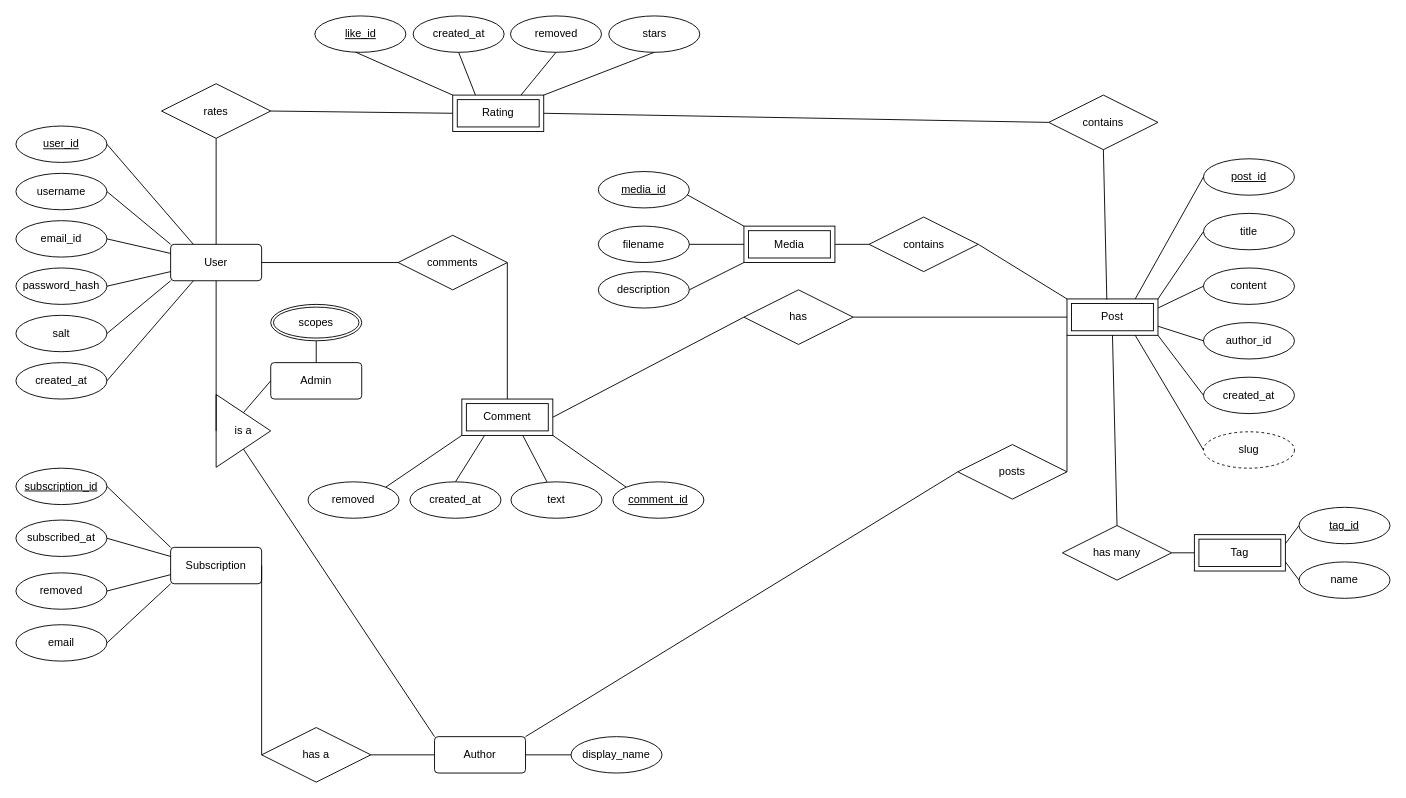
Before: diagrams/Untitled Diagram.drawio in blood-rogue/er-diagram, a draw.io diagram. Source tidied: cells renumbered, new cells numbered last; positions are measured from the earlier drawing's top-left corner, leaving out a move shared by most shapes. Both pictures are drawn from the tidied source at 91%, with x=0, y=0 at pixel (15, 15).
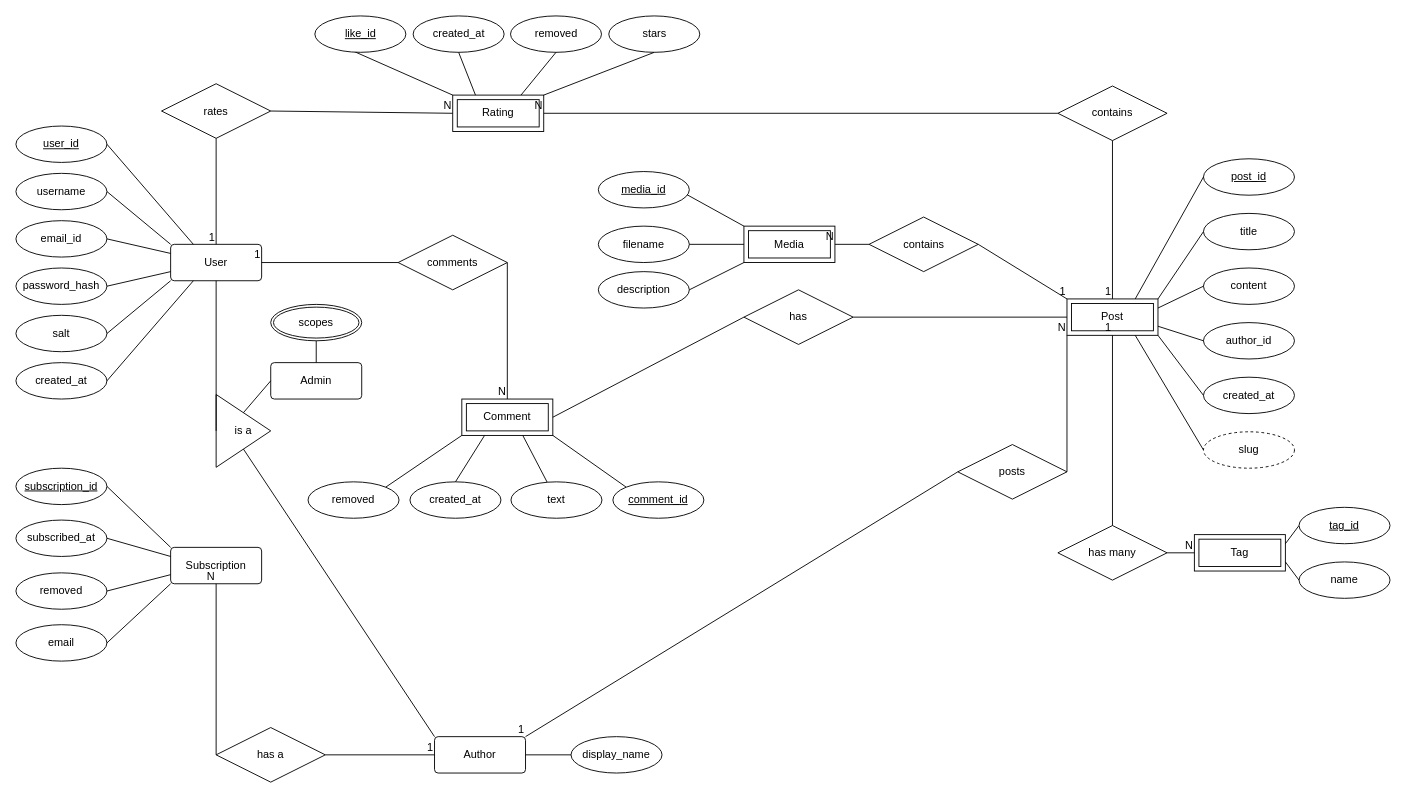
Above is the later version.

Unchanged cells that the change refers to:
```xml
<mxCell id="8" value="User" style="rounded=1;arcSize=10;whiteSpace=wrap;html=1;align=center;" parent="1" vertex="1">
  <mxGeometry x="170" y="251" width="100" height="40" as="geometry" />
</mxCell>
<mxCell id="9" value="Rating" style="shape=ext;margin=3;double=1;whiteSpace=wrap;html=1;align=center;" parent="1" vertex="1">
  <mxGeometry x="480" y="87" width="100" height="40" as="geometry" />
</mxCell>
<mxCell id="10" value="Comment" style="shape=ext;margin=3;double=1;whiteSpace=wrap;html=1;align=center;" parent="1" vertex="1">
  <mxGeometry x="490" y="421" width="100" height="40" as="geometry" />
</mxCell>
<mxCell id="12" value="Media" style="shape=ext;margin=3;double=1;whiteSpace=wrap;html=1;align=center;" parent="1" vertex="1">
  <mxGeometry x="800" y="231" width="100" height="40" as="geometry" />
</mxCell>
<mxCell id="22" value="Tag" style="shape=ext;margin=3;double=1;whiteSpace=wrap;html=1;align=center;" parent="1" vertex="1">
  <mxGeometry x="1295" y="570" width="100" height="40" as="geometry" />
</mxCell>
<mxCell id="31" value="Post" style="shape=ext;margin=3;double=1;whiteSpace=wrap;html=1;align=center;" parent="1" vertex="1">
  <mxGeometry x="1155" y="311" width="100" height="40" as="geometry" />
</mxCell>
<mxCell id="43" value="Subscription" style="rounded=1;arcSize=10;whiteSpace=wrap;html=1;align=center;" parent="1" vertex="1">
  <mxGeometry x="170" y="584" width="100" height="40" as="geometry" />
</mxCell>
<mxCell id="62" value="Author" style="rounded=1;arcSize=10;whiteSpace=wrap;html=1;align=center;" parent="1" vertex="1">
  <mxGeometry x="460" y="792" width="100" height="40" as="geometry" />
</mxCell>
<mxCell id="80" value="rates" style="shape=rhombus;perimeter=rhombusPerimeter;whiteSpace=wrap;html=1;align=center;" parent="1" vertex="1">
  <mxGeometry x="160" y="74.5" width="120" height="60" as="geometry" />
</mxCell>
<mxCell id="83" value="comments" style="shape=rhombus;perimeter=rhombusPerimeter;whiteSpace=wrap;html=1;align=center;" parent="1" vertex="1">
  <mxGeometry x="420" y="241" width="120" height="60" as="geometry" />
</mxCell>
<mxCell id="86" value="contains" style="shape=rhombus;perimeter=rhombusPerimeter;whiteSpace=wrap;html=1;align=center;" parent="1" vertex="1">
  <mxGeometry x="937.5" y="221" width="120" height="60" as="geometry" />
</mxCell>
<mxCell id="96" value="posts" style="shape=rhombus;perimeter=rhombusPerimeter;whiteSpace=wrap;html=1;align=center;" parent="1" vertex="1">
  <mxGeometry x="1035" y="471" width="120" height="60" as="geometry" />
</mxCell>
```

The edit, as a diff of the source:
```diff
@@
     <mxCell id="75" value="has a" style="shape=rhombus;perimeter=rhombusPerimeter;whiteSpace=wrap;html=1;align=center;" parent="1" vertex="1">
-      <mxGeometry x="270" y="782" width="120" height="60" as="geometry" />
+      <mxGeometry x="220" y="782" width="120" height="60" as="geometry" />
     </mxCell>
-    <mxCell id="76" style="endArrow=none;html=1;rounded=0;exitX=0;exitY=0.5;exitDx=0;exitDy=0;entryX=1;entryY=0.5;entryDx=0;entryDy=0;" parent="1" edge="1" source="62" target="75">
-      <mxGeometry relative="1" as="geometry" />
-    </mxCell>
-    <mxCell id="77" style="endArrow=none;html=1;rounded=0;exitX=0;exitY=0.5;exitDx=0;exitDy=0;entryX=1;entryY=0.5;entryDx=0;entryDy=0;" parent="1" edge="1" source="75" target="43">
-      <mxGeometry relative="1" as="geometry" />
-    </mxCell>
@@
-    <mxCell id="81" style="endArrow=none;html=1;rounded=0;exitX=0.5;exitY=0;exitDx=0;exitDy=0;entryX=0.5;entryY=1;entryDx=0;entryDy=0;" parent="1" edge="1" source="8" target="80">
-      <mxGeometry relative="1" as="geometry" />
-    </mxCell>
-    <mxCell id="82" style="endArrow=none;html=1;rounded=0;entryX=1;entryY=0.5;entryDx=0;entryDy=0;exitX=0;exitY=0.5;exitDx=0;exitDy=0;" parent="1" edge="1" source="9" target="80">
-      <mxGeometry relative="1" as="geometry" />
-    </mxCell>
@@
-    <mxCell id="84" style="endArrow=none;html=1;rounded=0;exitX=1;exitY=0.5;exitDx=0;exitDy=0;entryX=0;entryY=0.5;entryDx=0;entryDy=0;" parent="1" edge="1" source="8" target="83">
-      <mxGeometry relative="1" as="geometry" />
-    </mxCell>
-    <mxCell id="85" style="endArrow=none;html=1;rounded=0;exitX=1;exitY=0.5;exitDx=0;exitDy=0;entryX=0.5;entryY=0;entryDx=0;entryDy=0;" parent="1" edge="1" source="83" target="10">
-      <mxGeometry relative="1" as="geometry" />
-    </mxCell>
@@
-    <mxCell id="87" style="endArrow=none;html=1;rounded=0;exitX=1;exitY=0.5;exitDx=0;exitDy=0;entryX=0;entryY=0.5;entryDx=0;entryDy=0;" parent="1" edge="1" source="12" target="86">
-      <mxGeometry relative="1" as="geometry" />
-    </mxCell>
-    <mxCell id="88" style="endArrow=none;html=1;rounded=0;exitX=1;exitY=0.5;exitDx=0;exitDy=0;entryX=0;entryY=0;entryDx=0;entryDy=0;" parent="1" edge="1" source="86" target="31">
-      <mxGeometry relative="1" as="geometry" />
-    </mxCell>
     <mxCell id="89" value="has many" style="shape=rhombus;perimeter=rhombusPerimeter;whiteSpace=wrap;html=1;align=center;" parent="1" vertex="1">
-      <mxGeometry x="1150" y="560" width="120" height="60" as="geometry" />
+      <mxGeometry x="1145" y="560" width="120" height="60" as="geometry" />
     </mxCell>
-    <mxCell id="90" style="endArrow=none;html=1;rounded=0;exitX=0;exitY=0.5;exitDx=0;exitDy=0;entryX=1;entryY=0.5;entryDx=0;entryDy=0;" parent="1" edge="1" source="22" target="89">
-      <mxGeometry relative="1" as="geometry" />
-    </mxCell>
-    <mxCell id="91" style="endArrow=none;html=1;rounded=0;exitX=0.5;exitY=0;exitDx=0;exitDy=0;entryX=0.5;entryY=1;entryDx=0;entryDy=0;" parent="1" edge="1" source="89" target="31">
-      <mxGeometry relative="1" as="geometry" />
-    </mxCell>
     <mxCell id="92" value="contains" style="shape=rhombus;perimeter=rhombusPerimeter;whiteSpace=wrap;html=1;align=center;" parent="1" vertex="1">
-      <mxGeometry x="1135" y="87" width="120" height="60" as="geometry" />
+      <mxGeometry x="1145" y="77" width="120" height="60" as="geometry" />
     </mxCell>
-    <mxCell id="93" style="endArrow=none;html=1;rounded=0;exitX=1;exitY=0.5;exitDx=0;exitDy=0;entryX=0;entryY=0.5;entryDx=0;entryDy=0;" parent="1" edge="1" source="9" target="92">
-      <mxGeometry relative="1" as="geometry" />
-    </mxCell>
-    <mxCell id="94" style="endArrow=none;html=1;rounded=0;exitX=0.5;exitY=1;exitDx=0;exitDy=0;entryX=0.438;entryY=0.02;entryDx=0;entryDy=0;entryPerimeter=0;" parent="1" edge="1" source="92" target="31">
-      <mxGeometry relative="1" as="geometry" />
-    </mxCell>
@@
-    <mxCell id="99" style="endArrow=none;html=1;rounded=0;exitX=0;exitY=1;exitDx=0;exitDy=0;entryX=1;entryY=0.5;entryDx=0;entryDy=0;" parent="1" edge="1" source="31" target="96">
-      <mxGeometry relative="1" as="geometry" />
-    </mxCell>
-    <mxCell id="100" style="endArrow=none;html=1;rounded=0;exitX=1;exitY=0;exitDx=0;exitDy=0;entryX=0;entryY=0.5;entryDx=0;entryDy=0;" parent="1" edge="1" source="62" target="96">
-      <mxGeometry relative="1" as="geometry" />
-    </mxCell>
+    <mxCell id="101" style="endArrow=none;html=1;rounded=0;entryX=1;entryY=0.5;entryDx=0;entryDy=0;exitX=0;exitY=0.5;exitDx=0;exitDy=0;" parent="1" edge="1" source="83" target="8">
+      <mxGeometry relative="1" as="geometry" />
+    </mxCell>
+    <mxCell id="102" value="1" style="html=1;whiteSpace=wrap;align=right;verticalAlign=bottom;" parent="101" vertex="1">
+      <mxGeometry x="1" relative="1" as="geometry" />
+    </mxCell>
+    <mxCell id="85" style="endArrow=none;html=1;rounded=0;entryX=0.5;entryY=0;entryDx=0;entryDy=0;exitX=1;exitY=0.5;exitDx=0;exitDy=0;" parent="1" edge="1" source="83" target="10">
+      <mxGeometry relative="1" as="geometry" />
+    </mxCell>
+    <mxCell id="103" value="N" style="html=1;whiteSpace=wrap;align=right;verticalAlign=bottom;" parent="85" vertex="1">
+      <mxGeometry x="1" relative="1" as="geometry" />
+    </mxCell>
+    <mxCell id="104" style="endArrow=none;html=1;rounded=0;exitX=0.5;exitY=1;exitDx=0;exitDy=0;entryX=0.5;entryY=0;entryDx=0;entryDy=0;" parent="1" edge="1" source="80" target="8">
+      <mxGeometry relative="1" as="geometry" />
+    </mxCell>
+    <mxCell id="105" value="1" style="html=1;whiteSpace=wrap;align=right;verticalAlign=bottom;" parent="104" vertex="1">
+      <mxGeometry x="1" relative="1" as="geometry" />
+    </mxCell>
+    <mxCell id="106" style="endArrow=none;html=1;rounded=0;entryX=0;entryY=0.5;entryDx=0;entryDy=0;exitX=1;exitY=0.5;exitDx=0;exitDy=0;" parent="1" edge="1" source="80" target="9">
+      <mxGeometry relative="1" as="geometry" />
+    </mxCell>
+    <mxCell id="107" value="N" style="html=1;whiteSpace=wrap;align=right;verticalAlign=bottom;" parent="106" vertex="1">
+      <mxGeometry x="1" relative="1" as="geometry" />
+    </mxCell>
+    <mxCell id="108" style="endArrow=none;html=1;rounded=0;entryX=1;entryY=0.5;entryDx=0;entryDy=0;exitX=0;exitY=0.5;exitDx=0;exitDy=0;" parent="1" edge="1" source="92" target="9">
+      <mxGeometry relative="1" as="geometry" />
+    </mxCell>
+    <mxCell id="109" value="N" style="html=1;whiteSpace=wrap;align=right;verticalAlign=bottom;" parent="108" vertex="1">
+      <mxGeometry x="1" relative="1" as="geometry" />
+    </mxCell>
+    <mxCell id="94" style="endArrow=none;html=1;rounded=0;entryX=0.5;entryY=0;entryDx=0;entryDy=0;exitX=0.5;exitY=1;exitDx=0;exitDy=0;" parent="1" edge="1" source="92" target="31">
+      <mxGeometry relative="1" as="geometry" />
+    </mxCell>
+    <mxCell id="110" value="1" style="html=1;whiteSpace=wrap;align=right;verticalAlign=bottom;" parent="94" vertex="1">
+      <mxGeometry x="1" relative="1" as="geometry" />
+    </mxCell>
+    <mxCell id="111" style="endArrow=none;html=1;rounded=0;entryX=0;entryY=0.5;entryDx=0;entryDy=0;exitX=1;exitY=0.5;exitDx=0;exitDy=0;" parent="1" edge="1" source="75" target="62">
+      <mxGeometry relative="1" as="geometry" />
+    </mxCell>
+    <mxCell id="112" value="1" style="html=1;whiteSpace=wrap;align=right;verticalAlign=bottom;" parent="111" vertex="1">
+      <mxGeometry x="1" relative="1" as="geometry" />
+    </mxCell>
+    <mxCell id="77" style="endArrow=none;html=1;rounded=0;entryX=0.5;entryY=1;entryDx=0;entryDy=0;exitX=0;exitY=0.5;exitDx=0;exitDy=0;" parent="1" edge="1" source="75" target="43">
+      <mxGeometry relative="1" as="geometry" />
+    </mxCell>
+    <mxCell id="113" value="N" style="html=1;whiteSpace=wrap;align=right;verticalAlign=bottom;" parent="77" vertex="1">
+      <mxGeometry x="1" relative="1" as="geometry" />
+    </mxCell>
+    <mxCell id="114" style="endArrow=none;html=1;rounded=0;entryX=0;entryY=1;entryDx=0;entryDy=0;exitX=1;exitY=0.5;exitDx=0;exitDy=0;" parent="1" edge="1" source="96" target="31">
+      <mxGeometry relative="1" as="geometry" />
+    </mxCell>
+    <mxCell id="115" value="N" style="html=1;whiteSpace=wrap;align=right;verticalAlign=bottom;" parent="114" vertex="1">
+      <mxGeometry x="1" relative="1" as="geometry" />
+    </mxCell>
+    <mxCell id="116" style="endArrow=none;html=1;rounded=0;entryX=1;entryY=0;entryDx=0;entryDy=0;exitX=0;exitY=0.5;exitDx=0;exitDy=0;" parent="1" edge="1" source="96" target="62">
+      <mxGeometry relative="1" as="geometry" />
+    </mxCell>
+    <mxCell id="117" value="1" style="html=1;whiteSpace=wrap;align=right;verticalAlign=bottom;" parent="116" vertex="1">
+      <mxGeometry x="1" relative="1" as="geometry" />
+    </mxCell>
+    <mxCell id="91" style="endArrow=none;html=1;rounded=0;exitX=0.5;exitY=0;exitDx=0;exitDy=0;entryX=0.5;entryY=1;entryDx=0;entryDy=0;" parent="1" edge="1" source="89" target="31">
+      <mxGeometry relative="1" as="geometry" />
+    </mxCell>
+    <mxCell id="118" value="1" style="html=1;whiteSpace=wrap;align=right;verticalAlign=bottom;" parent="91" vertex="1">
+      <mxGeometry x="1" relative="1" as="geometry" />
+    </mxCell>
+    <mxCell id="119" style="endArrow=none;html=1;rounded=0;entryX=0;entryY=0.5;entryDx=0;entryDy=0;exitX=1;exitY=0.5;exitDx=0;exitDy=0;" parent="1" edge="1" source="89" target="22">
+      <mxGeometry relative="1" as="geometry" />
+    </mxCell>
+    <mxCell id="120" value="N" style="html=1;whiteSpace=wrap;align=right;verticalAlign=bottom;" parent="119" vertex="1">
+      <mxGeometry x="1" relative="1" as="geometry" />
+    </mxCell>
+    <mxCell id="88" style="endArrow=none;html=1;rounded=0;entryX=0;entryY=0;entryDx=0;entryDy=0;exitX=1;exitY=0.5;exitDx=0;exitDy=0;" parent="1" edge="1" source="86" target="31">
+      <mxGeometry relative="1" as="geometry" />
+    </mxCell>
+    <mxCell id="121" value="1" style="html=1;whiteSpace=wrap;align=right;verticalAlign=bottom;" parent="88" vertex="1">
+      <mxGeometry x="1" relative="1" as="geometry" />
+    </mxCell>
+    <mxCell id="122" style="endArrow=none;html=1;rounded=0;entryX=1;entryY=0.5;entryDx=0;entryDy=0;exitX=0;exitY=0.5;exitDx=0;exitDy=0;" parent="1" edge="1" source="86" target="12">
+      <mxGeometry relative="1" as="geometry" />
+    </mxCell>
+    <mxCell id="123" value="N" style="html=1;whiteSpace=wrap;align=right;verticalAlign=bottom;" parent="122" vertex="1">
+      <mxGeometry x="1" relative="1" as="geometry" />
+    </mxCell>
```
